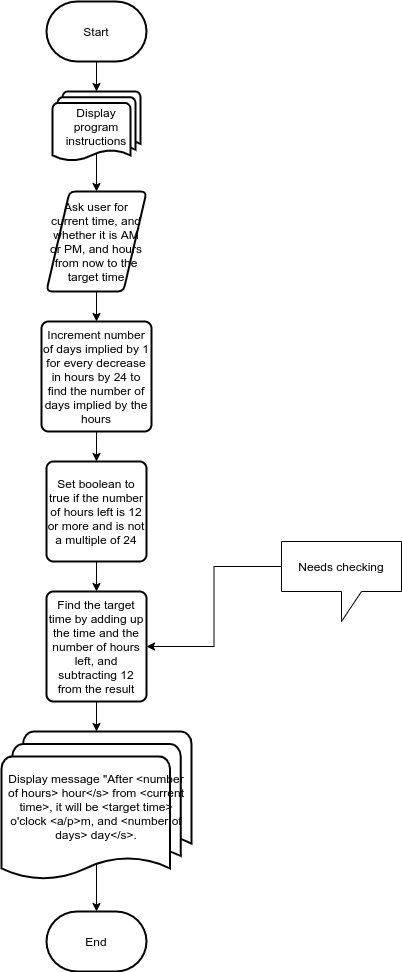
This is diagram.png from 7assan-5alloof/ex09ControlStructures, a draw.io export, as it was before one commit. Source tidied: cells renumbered, new cells last; positions are measured from the earlier drawing's top-left corner, leaving out a move shared by most shapes.
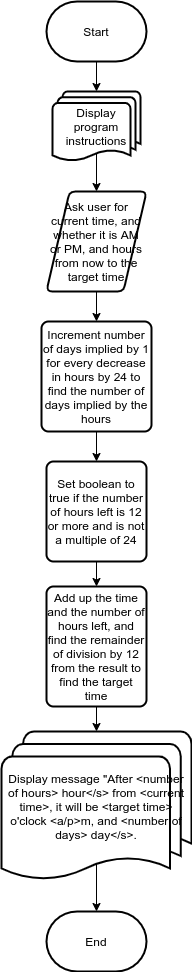
After the change.

Commit message:
Enhance algorithm

Change to the diagram source:
```diff
@@ -38,8 +38,8 @@
     <mxCell id="13" style="edgeStyle=orthogonalEdgeStyle;rounded=0;jettySize=auto;html=1;exitX=0.5;exitY=1;exitDx=0;exitDy=0;entryX=0.5;entryY=0;entryDx=0;entryDy=0;entryPerimeter=0;" parent="1" edge="1" source="14" target="11">
       <mxGeometry relative="1" as="geometry" />
     </mxCell>
-    <mxCell id="14" value="Find the target time by adding up the time and the number of hours left, and subtracting 12 from the result" style="rounded=1;whiteSpace=wrap;html=1;absoluteArcSize=1;arcSize=14;strokeWidth=2;" parent="1" vertex="1">
-      <mxGeometry x="45" y="590" width="100" height="110" as="geometry" />
+    <mxCell id="14" value="Add up the time and the number of hours left, and find the remainder of division by 12 from the result to find the target time" style="rounded=1;whiteSpace=wrap;html=1;absoluteArcSize=1;arcSize=14;strokeWidth=2;" parent="1" vertex="1">
+      <mxGeometry x="45" y="585" width="100" height="120" as="geometry" />
     </mxCell>
     <mxCell id="15" style="edgeStyle=orthogonalEdgeStyle;rounded=0;jettySize=auto;html=1;exitX=0.5;exitY=1;exitDx=0;exitDy=0;entryX=0.5;entryY=0;entryDx=0;entryDy=0;" parent="1" edge="1" source="16" target="14">
       <mxGeometry relative="1" as="geometry" />
@@ -47,11 +47,5 @@
     <mxCell id="16" value="Set boolean to true if the number of hours left is 12 or more and is not a multiple of 24" style="rounded=1;whiteSpace=wrap;html=1;absoluteArcSize=1;arcSize=14;strokeWidth=2;" parent="1" vertex="1">
       <mxGeometry x="45" y="460" width="100" height="100" as="geometry" />
     </mxCell>
-    <mxCell id="17" style="edgeStyle=orthogonalEdgeStyle;rounded=0;jettySize=auto;html=1;exitX=0;exitY=0;exitDx=0;exitDy=25;exitPerimeter=0;entryX=1;entryY=0.5;entryDx=0;entryDy=0;" parent="1" edge="1" source="18" target="14">
-      <mxGeometry relative="1" as="geometry" />
-    </mxCell>
-    <mxCell id="18" value="Needs checking" style="shape=callout;whiteSpace=wrap;html=1;perimeter=calloutPerimeter;" parent="1" vertex="1">
-      <mxGeometry x="280" y="540" width="120" height="80" as="geometry" />
-    </mxCell>
   </root>
 </mxGraphModel>
```
